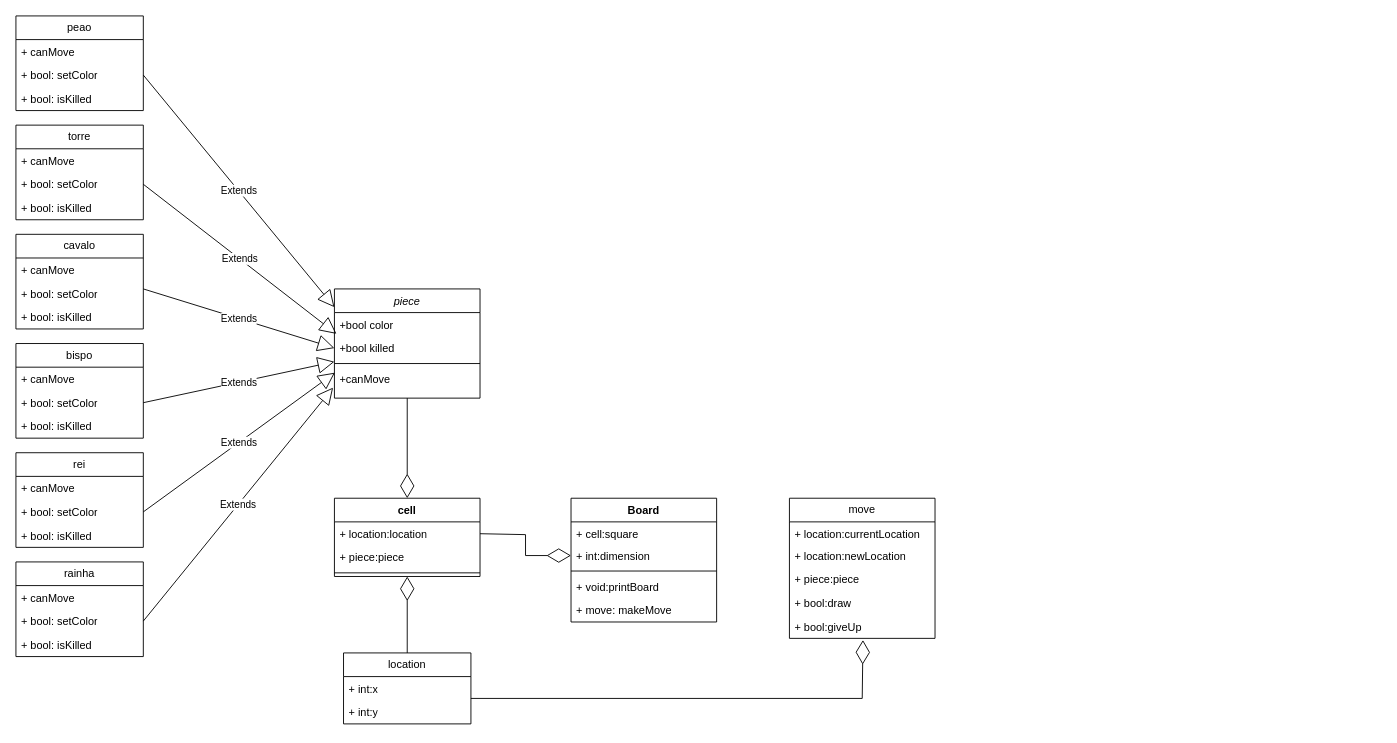
Earlier version of the draw.io diagram Diagrama sem nome.drawio (Jaquees/Projeto_Final_PRG22107). Source tidied: cells renumbered, new cells numbered last; positions are measured from the earlier drawing's top-left corner, leaving out a move shared by most shapes. Both pictures are drawn from the tidied source at 91%, with x=0, y=0 at pixel (15, 15).
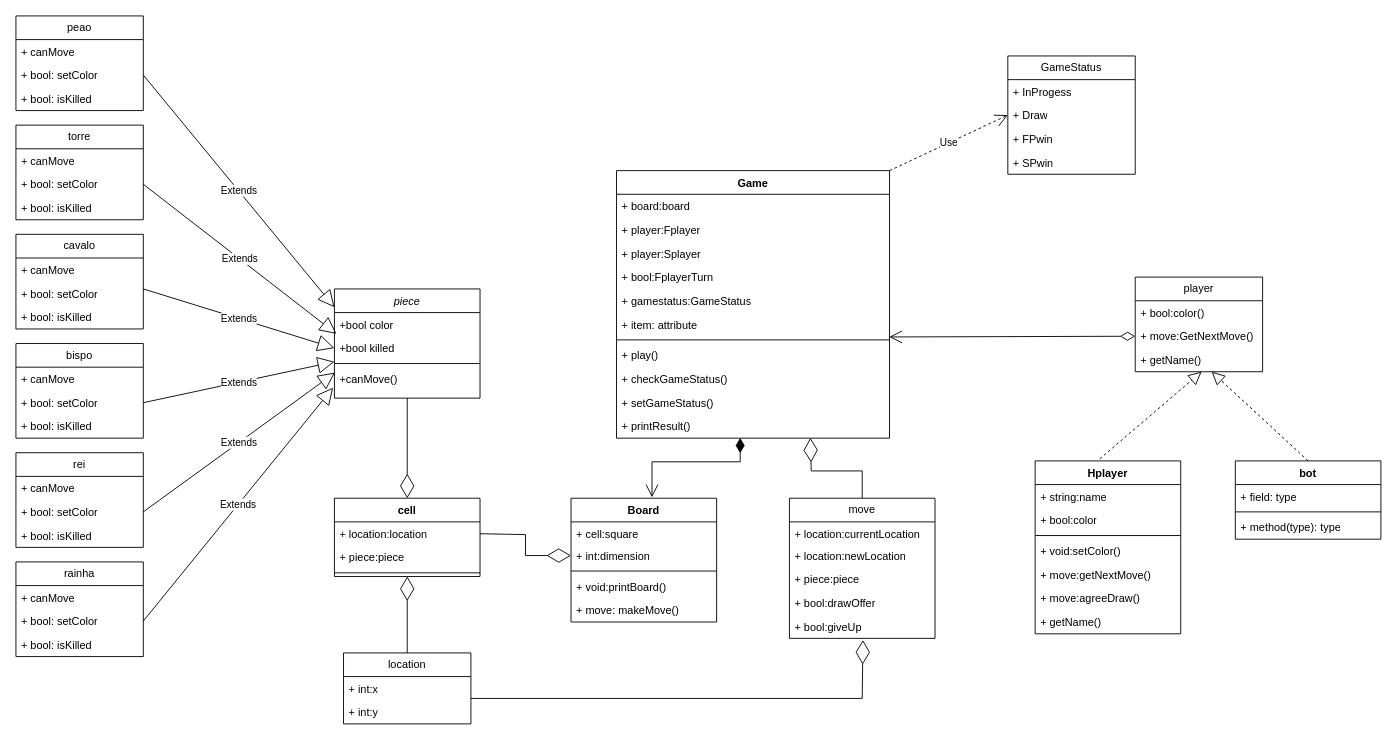
Above is the later version.

Unchanged cells that the change refers to:
```xml
<mxCell id="2" value="piece" style="swimlane;fontStyle=2;align=center;verticalAlign=top;horizontal=1;startSize=26;rounded=0;shadow=0;strokeWidth=1;" parent="1" vertex="1">
  <mxGeometry x="350" y="300" width="160" height="120" as="geometry" />
</mxCell>
<mxCell id="37" value="Board" style="swimlane;fontStyle=1;align=center;verticalAlign=top;horizontal=1;startSize=26;whiteSpace=wrap;html=1;" parent="1" vertex="1">
  <mxGeometry x="610" y="530" width="160" height="136" as="geometry" />
</mxCell>
<mxCell id="50" value="move" style="swimlane;fontStyle=0;horizontal=1;startSize=26;fillColor=none;whiteSpace=wrap;html=1;" parent="1" vertex="1">
  <mxGeometry x="850" y="530" width="160" height="154" as="geometry" />
</mxCell>
```

Change to the diagram source:
```diff
@@
-<mxGraphModel>
+<mxGraphModel background="#FFFFFF">
@@
-    <mxCell id="6" value="+canMove" style="text;align=left;verticalAlign=top;spacingLeft=4;spacingRight=4;overflow=hidden;points=[[0,0.5],[1,0.5]];portConstraint=eastwest;" parent="2" vertex="1">
+    <mxCell id="6" value="+canMove()" style="text;align=left;verticalAlign=top;spacingLeft=4;spacingRight=4;overflow=hidden;points=[[0,0.5],[1,0.5]];portConstraint=eastwest;" parent="2" vertex="1">
       <mxGeometry y="86" width="160" height="26" as="geometry" />
     </mxCell>
@@
-    <mxCell id="41" value="+ void:printBoard" style="text;strokeColor=none;fillColor=none;align=left;verticalAlign=top;spacingLeft=4;spacingRight=4;overflow=hidden;whiteSpace=wrap;html=1;" parent="37" vertex="1">
+    <mxCell id="41" value="+ void:printBoard()" style="text;strokeColor=none;fillColor=none;align=left;verticalAlign=top;spacingLeft=4;spacingRight=4;overflow=hidden;whiteSpace=wrap;html=1;" parent="37" vertex="1">
       <mxGeometry y="84" width="160" height="26" as="geometry" />
     </mxCell>
-    <mxCell id="42" value="+ move: makeMove" style="text;strokeColor=none;fillColor=none;align=left;verticalAlign=top;spacingLeft=4;spacingRight=4;overflow=hidden;whiteSpace=wrap;html=1;" parent="37" vertex="1">
+    <mxCell id="42" value="+ move: makeMove()" style="text;strokeColor=none;fillColor=none;align=left;verticalAlign=top;spacingLeft=4;spacingRight=4;overflow=hidden;whiteSpace=wrap;html=1;" parent="37" vertex="1">
       <mxGeometry y="110" width="160" height="26" as="geometry" />
     </mxCell>
@@
-    <mxCell id="54" value="+ bool:draw" style="text;strokeColor=none;fillColor=none;align=left;verticalAlign=top;spacingLeft=4;spacingRight=4;overflow=hidden;whiteSpace=wrap;html=1;" parent="50" vertex="1">
+    <mxCell id="54" value="+ bool:drawOffer" style="text;strokeColor=none;fillColor=none;align=left;verticalAlign=top;spacingLeft=4;spacingRight=4;overflow=hidden;whiteSpace=wrap;html=1;" parent="50" vertex="1">
       <mxGeometry y="102" width="160" height="26" as="geometry" />
     </mxCell>
@@
+    <mxCell id="60" value="Game" style="swimlane;fontStyle=1;align=center;verticalAlign=top;horizontal=1;startSize=26;whiteSpace=wrap;html=1;" parent="1" vertex="1">
+      <mxGeometry x="660" y="170" width="300" height="294" as="geometry" />
+    </mxCell>
+    <mxCell id="61" value="&lt;div&gt;+ board:board&lt;/div&gt;&lt;div&gt;&lt;br&gt;&lt;/div&gt;" style="text;strokeColor=none;fillColor=none;align=left;verticalAlign=top;spacingLeft=4;spacingRight=4;overflow=hidden;whiteSpace=wrap;html=1;" parent="60" vertex="1">
+      <mxGeometry y="26" width="300" height="26" as="geometry" />
+    </mxCell>
+    <mxCell id="62" value="+ player:Fplayer" style="text;strokeColor=none;fillColor=none;align=left;verticalAlign=top;spacingLeft=4;spacingRight=4;overflow=hidden;whiteSpace=wrap;html=1;" parent="60" vertex="1">
+      <mxGeometry y="52" width="300" height="26" as="geometry" />
+    </mxCell>
+    <mxCell id="63" value="+ player:Splayer" style="text;strokeColor=none;fillColor=none;align=left;verticalAlign=top;spacingLeft=4;spacingRight=4;overflow=hidden;whiteSpace=wrap;html=1;" parent="60" vertex="1">
+      <mxGeometry y="78" width="300" height="26" as="geometry" />
+    </mxCell>
+    <mxCell id="64" value="+ bool:FplayerTurn" style="text;strokeColor=none;fillColor=none;align=left;verticalAlign=top;spacingLeft=4;spacingRight=4;overflow=hidden;whiteSpace=wrap;html=1;" parent="60" vertex="1">
+      <mxGeometry y="104" width="300" height="26" as="geometry" />
+    </mxCell>
+    <mxCell id="65" value="+ gamestatus:GameStatus" style="text;strokeColor=none;fillColor=none;align=left;verticalAlign=top;spacingLeft=4;spacingRight=4;overflow=hidden;whiteSpace=wrap;html=1;" parent="60" vertex="1">
+      <mxGeometry y="130" width="300" height="26" as="geometry" />
+    </mxCell>
+    <mxCell id="66" value="+ item: attribute" style="text;strokeColor=none;fillColor=none;align=left;verticalAlign=top;spacingLeft=4;spacingRight=4;overflow=hidden;points=[[0,0.5],[1,0.5]];portConstraint=eastwest;whiteSpace=wrap;html=1;" parent="60" vertex="1">
+      <mxGeometry y="156" width="300" height="26" as="geometry" />
+    </mxCell>
+    <mxCell id="67" style="line;strokeWidth=1;fillColor=none;align=left;verticalAlign=middle;spacingTop=-1;spacingLeft=3;spacingRight=3;labelPosition=right;strokeColor=inherit;" parent="60" vertex="1">
+      <mxGeometry y="182" width="300" height="8" as="geometry" />
+    </mxCell>
+    <mxCell id="68" value="&lt;div&gt;+ play()&lt;/div&gt;" style="text;strokeColor=none;fillColor=none;align=left;verticalAlign=top;spacingLeft=4;spacingRight=4;overflow=hidden;whiteSpace=wrap;html=1;" parent="60" vertex="1">
+      <mxGeometry y="190" width="300" height="26" as="geometry" />
+    </mxCell>
+    <mxCell id="69" value="+ checkGameStatus()" style="text;strokeColor=none;fillColor=none;align=left;verticalAlign=top;spacingLeft=4;spacingRight=4;overflow=hidden;whiteSpace=wrap;html=1;" parent="60" vertex="1">
+      <mxGeometry y="216" width="300" height="26" as="geometry" />
+    </mxCell>
+    <mxCell id="70" value="+ setGameStatus()" style="text;strokeColor=none;fillColor=none;align=left;verticalAlign=top;spacingLeft=4;spacingRight=4;overflow=hidden;whiteSpace=wrap;html=1;" parent="60" vertex="1">
+      <mxGeometry y="242" width="300" height="26" as="geometry" />
+    </mxCell>
+    <mxCell id="71" value="+ printResult()" style="text;strokeColor=none;fillColor=none;align=left;verticalAlign=top;spacingLeft=4;spacingRight=4;overflow=hidden;points=[[0,0.5],[1,0.5]];portConstraint=eastwest;whiteSpace=wrap;html=1;" parent="60" vertex="1">
+      <mxGeometry y="268" width="300" height="26" as="geometry" />
+    </mxCell>
+    <mxCell id="72" style="endArrow=open;html=1;endSize=12;startArrow=diamondThin;startSize=14;startFill=1;edgeStyle=orthogonalEdgeStyle;align=left;verticalAlign=bottom;rounded=0;exitX=0.453;exitY=0.985;exitDx=0;exitDy=0;exitPerimeter=0;entryX=0.556;entryY=-0.007;entryDx=0;entryDy=0;entryPerimeter=0;" parent="1" edge="1" source="71" target="37">
+      <mxGeometry x="-1" y="3" relative="1" as="geometry">
+        <Array as="points">
+          <mxPoint x="796" y="490" />
+          <mxPoint x="699" y="490" />
+        </Array>
+      </mxGeometry>
+    </mxCell>
+    <mxCell id="73" style="endArrow=diamondThin;endFill=0;endSize=24;html=1;rounded=0;entryX=0.71;entryY=0.989;entryDx=0;entryDy=0;entryPerimeter=0;exitX=0.5;exitY=0;exitDx=0;exitDy=0;" parent="1" edge="1" source="50" target="71">
+      <mxGeometry relative="1" as="geometry">
+        <Array as="points">
+          <mxPoint x="930" y="500" />
+          <mxPoint x="874" y="500" />
+        </Array>
+      </mxGeometry>
+    </mxCell>
+    <mxCell id="74" value="GameStatus" style="swimlane;fontStyle=0;horizontal=1;startSize=26;fillColor=none;whiteSpace=wrap;html=1;" parent="1" vertex="1">
+      <mxGeometry x="1090" y="44" width="140" height="130" as="geometry" />
+    </mxCell>
+    <mxCell id="75" value="+ InProgess" style="text;strokeColor=none;fillColor=none;align=left;verticalAlign=top;spacingLeft=4;spacingRight=4;overflow=hidden;whiteSpace=wrap;html=1;" parent="74" vertex="1">
+      <mxGeometry y="26" width="140" height="26" as="geometry" />
+    </mxCell>
+    <mxCell id="76" value="+ Draw" style="text;strokeColor=none;fillColor=none;align=left;verticalAlign=top;spacingLeft=4;spacingRight=4;overflow=hidden;points=[[0,0.5],[1,0.5]];portConstraint=eastwest;whiteSpace=wrap;html=1;" parent="74" vertex="1">
+      <mxGeometry y="52" width="140" height="26" as="geometry" />
+    </mxCell>
+    <mxCell id="77" value="+ FPwin" style="text;strokeColor=none;fillColor=none;align=left;verticalAlign=top;spacingLeft=4;spacingRight=4;overflow=hidden;whiteSpace=wrap;html=1;" parent="74" vertex="1">
+      <mxGeometry y="78" width="140" height="26" as="geometry" />
+    </mxCell>
+    <mxCell id="78" value="+ SPwin" style="text;strokeColor=none;fillColor=none;align=left;verticalAlign=top;spacingLeft=4;spacingRight=4;overflow=hidden;whiteSpace=wrap;html=1;" parent="74" vertex="1">
+      <mxGeometry y="104" width="140" height="26" as="geometry" />
+    </mxCell>
+    <mxCell id="79" style="endArrow=open;html=1;endSize=12;startArrow=diamondThin;startSize=14;startFill=0;edgeStyle=orthogonalEdgeStyle;align=left;verticalAlign=bottom;rounded=0;exitX=0;exitY=0.5;exitDx=0;exitDy=0;entryX=0.999;entryY=1.03;entryDx=0;entryDy=0;entryPerimeter=0;" parent="1" edge="1" source="94" target="66">
+      <mxGeometry x="-1" y="3" relative="1" as="geometry">
+        <Array as="points">
+          <mxPoint x="1230" y="353" />
+        </Array>
+      </mxGeometry>
+    </mxCell>
+    <mxCell id="80" value="Hplayer" style="swimlane;fontStyle=1;align=center;verticalAlign=top;horizontal=1;startSize=26;whiteSpace=wrap;html=1;" parent="1" vertex="1">
+      <mxGeometry x="1120" y="489" width="160" height="190" as="geometry" />
+    </mxCell>
+    <mxCell id="81" value="+ string:name" style="text;strokeColor=none;fillColor=none;align=left;verticalAlign=top;spacingLeft=4;spacingRight=4;overflow=hidden;whiteSpace=wrap;html=1;" parent="80" vertex="1">
+      <mxGeometry y="26" width="160" height="26" as="geometry" />
+    </mxCell>
+    <mxCell id="82" value="+ bool:color" style="text;strokeColor=none;fillColor=none;align=left;verticalAlign=top;spacingLeft=4;spacingRight=4;overflow=hidden;whiteSpace=wrap;html=1;" parent="80" vertex="1">
+      <mxGeometry y="52" width="160" height="26" as="geometry" />
+    </mxCell>
+    <mxCell id="83" style="line;strokeWidth=1;fillColor=none;align=left;verticalAlign=middle;spacingTop=-1;spacingLeft=3;spacingRight=3;labelPosition=right;strokeColor=inherit;" parent="80" vertex="1">
+      <mxGeometry y="78" width="160" height="8" as="geometry" />
+    </mxCell>
+    <mxCell id="84" value="+ void:setColor()" style="text;strokeColor=none;fillColor=none;align=left;verticalAlign=top;spacingLeft=4;spacingRight=4;overflow=hidden;whiteSpace=wrap;html=1;" parent="80" vertex="1">
+      <mxGeometry y="86" width="160" height="26" as="geometry" />
+    </mxCell>
+    <mxCell id="85" value="+ move:getNextMove()" style="text;strokeColor=none;fillColor=none;align=left;verticalAlign=top;spacingLeft=4;spacingRight=4;overflow=hidden;whiteSpace=wrap;html=1;" parent="80" vertex="1">
+      <mxGeometry y="112" width="160" height="26" as="geometry" />
+    </mxCell>
+    <mxCell id="86" value="+ move:agreeDraw()" style="text;strokeColor=none;fillColor=none;align=left;verticalAlign=top;spacingLeft=4;spacingRight=4;overflow=hidden;whiteSpace=wrap;html=1;" parent="80" vertex="1">
+      <mxGeometry y="138" width="160" height="26" as="geometry" />
+    </mxCell>
+    <mxCell id="87" value="+ getName()" style="text;strokeColor=none;fillColor=none;align=left;verticalAlign=top;spacingLeft=4;spacingRight=4;overflow=hidden;whiteSpace=wrap;html=1;" parent="80" vertex="1">
+      <mxGeometry y="164" width="160" height="26" as="geometry" />
+    </mxCell>
+    <mxCell id="88" value="bot" style="swimlane;fontStyle=1;align=center;verticalAlign=top;horizontal=1;startSize=26;whiteSpace=wrap;html=1;" parent="1" vertex="1">
+      <mxGeometry x="1340" y="489" width="160" height="86" as="geometry" />
+    </mxCell>
+    <mxCell id="89" value="+ field: type" style="text;strokeColor=none;fillColor=none;align=left;verticalAlign=top;spacingLeft=4;spacingRight=4;overflow=hidden;whiteSpace=wrap;html=1;" parent="88" vertex="1">
+      <mxGeometry y="26" width="160" height="26" as="geometry" />
+    </mxCell>
+    <mxCell id="90" style="line;strokeWidth=1;fillColor=none;align=left;verticalAlign=middle;spacingTop=-1;spacingLeft=3;spacingRight=3;labelPosition=right;strokeColor=inherit;" parent="88" vertex="1">
+      <mxGeometry y="52" width="160" height="8" as="geometry" />
+    </mxCell>
+    <mxCell id="91" value="+ method(type): type" style="text;strokeColor=none;fillColor=none;align=left;verticalAlign=top;spacingLeft=4;spacingRight=4;overflow=hidden;whiteSpace=wrap;html=1;" parent="88" vertex="1">
+      <mxGeometry y="60" width="160" height="26" as="geometry" />
+    </mxCell>
+    <mxCell id="92" value="player" style="swimlane;fontStyle=0;horizontal=1;startSize=26;fillColor=none;whiteSpace=wrap;html=1;" parent="1" vertex="1">
+      <mxGeometry x="1230" y="287" width="140" height="104" as="geometry" />
+    </mxCell>
+    <mxCell id="93" value="+ bool:color()" style="text;strokeColor=none;fillColor=none;align=left;verticalAlign=top;spacingLeft=4;spacingRight=4;overflow=hidden;whiteSpace=wrap;html=1;" parent="92" vertex="1">
+      <mxGeometry y="26" width="140" height="26" as="geometry" />
+    </mxCell>
+    <mxCell id="94" value="+ move:GetNextMove()" style="text;strokeColor=none;fillColor=none;align=left;verticalAlign=top;spacingLeft=4;spacingRight=4;overflow=hidden;points=[[0,0.5],[1,0.5]];portConstraint=eastwest;whiteSpace=wrap;html=1;" parent="92" vertex="1">
+      <mxGeometry y="52" width="140" height="26" as="geometry" />
+    </mxCell>
+    <mxCell id="95" value="+ getName()" style="text;strokeColor=none;fillColor=none;align=left;verticalAlign=top;spacingLeft=4;spacingRight=4;overflow=hidden;points=[[0,0.5],[1,0.5]];portConstraint=eastwest;whiteSpace=wrap;html=1;" parent="92" vertex="1">
+      <mxGeometry y="78" width="140" height="26" as="geometry" />
+    </mxCell>
+    <mxCell id="96" style="endArrow=block;dashed=1;endFill=0;endSize=12;html=1;rounded=0;entryX=0.521;entryY=1;entryDx=0;entryDy=0;entryPerimeter=0;exitX=0.444;exitY=-0.012;exitDx=0;exitDy=0;exitPerimeter=0;" parent="1" edge="1" source="80" target="95">
+      <mxGeometry relative="1" as="geometry" />
+    </mxCell>
+    <mxCell id="97" style="endArrow=block;dashed=1;endFill=0;endSize=12;html=1;rounded=0;exitX=0.5;exitY=0;exitDx=0;exitDy=0;" parent="1" edge="1" source="88" target="95">
+      <mxGeometry relative="1" as="geometry" />
+    </mxCell>
+    <mxCell id="98" value="Use" style="endArrow=open;endSize=12;dashed=1;html=1;rounded=0;entryX=0;entryY=0.5;entryDx=0;entryDy=0;exitX=1;exitY=0;exitDx=0;exitDy=0;" parent="1" edge="1" source="60" target="76">
+      <mxGeometry relative="1" as="geometry" />
+    </mxCell>
```
